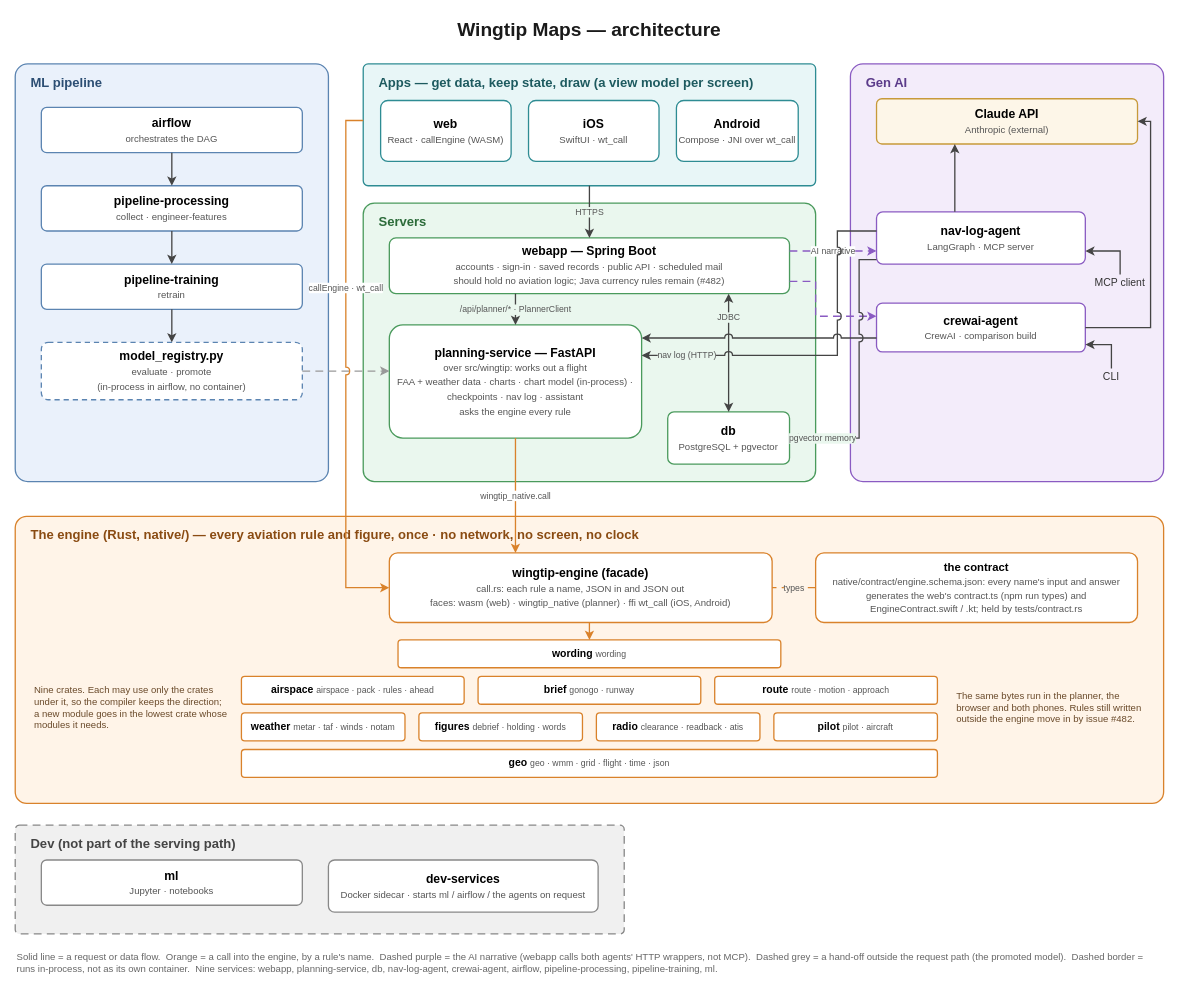
asdaq-samir/flight_plan keeps this draw.io diagram as docs/architecture-current.drawio. Above is the earlier version. Source tidied: cells renumbered, new cells numbered last; positions are measured from the earlier drawing's top-left corner, leaving out a move shared by most shapes. Both pictures are drawn from the tidied source at 87%, with x=0, y=0 at pixel (15, 15).
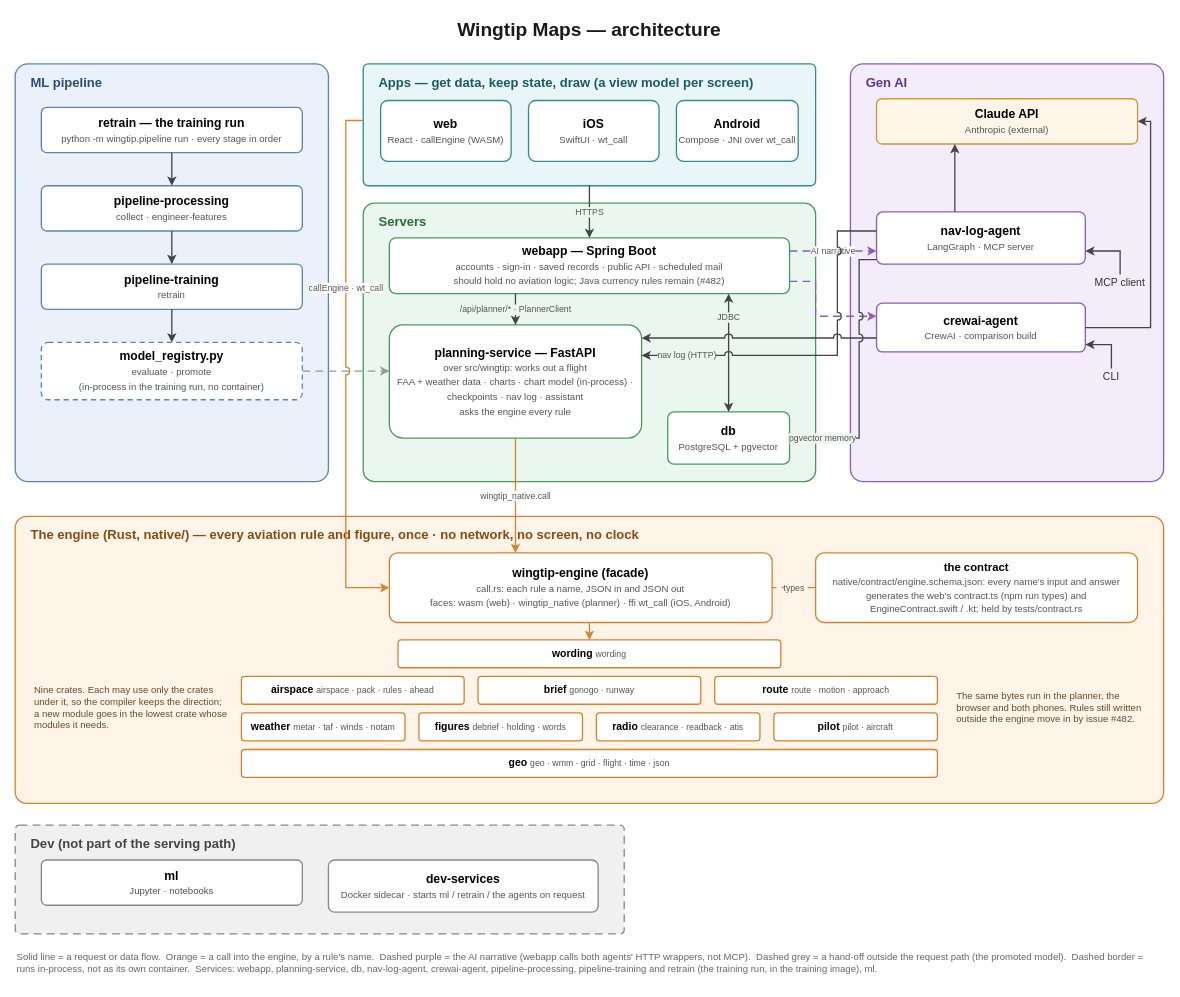
The same page after the edit.

Unchanged cells that the change refers to:
```xml
<mxCell id="10" value="&lt;b&gt;pipeline-processing&lt;/b&gt;&lt;br&gt;&lt;span style=&quot;font-size:11px;color:#555555;&quot;&gt;collect · engineer-features&lt;/span&gt;" style="rounded=1;arcSize=12;whiteSpace=wrap;html=1;fillColor=#FFFFFF;strokeColor=#5B84B1;strokeWidth=1.5;fontSize=14;" parent="1" vertex="1">
  <mxGeometry x="30" y="196" width="300" height="52" as="geometry" />
</mxCell>
```

Change to the diagram source:
```diff
@@
-    <mxCell id="9" value="&lt;b&gt;airflow&lt;/b&gt;&lt;br&gt;&lt;span style=&quot;font-size:11px;color:#555555;&quot;&gt;orchestrates the DAG&lt;/span&gt;" style="rounded=1;arcSize=12;whiteSpace=wrap;html=1;fillColor=#FFFFFF;strokeColor=#5B84B1;strokeWidth=1.5;fontSize=14;" parent="1" vertex="1">
-      <mxGeometry x="30" y="106" width="300" height="52" as="geometry" />
-    </mxCell>
+    <mxCell id="60" value="&lt;b&gt;retrain — the training run&lt;/b&gt;&lt;br&gt;&lt;span style=&quot;font-size:11px;color:#555555;&quot;&gt;python -m wingtip.pipeline run · every stage in order&lt;/span&gt;" style="rounded=1;arcSize=12;whiteSpace=wrap;html=1;fillColor=#FFFFFF;strokeColor=#5B84B1;strokeWidth=1.5;fontSize=14;" parent="1" vertex="1">
+      <mxGeometry x="30" y="106" width="300" height="52" as="geometry" />
+    </mxCell>
@@
-    <mxCell id="12" value="&lt;b&gt;model_registry.py&lt;/b&gt;&lt;br&gt;&lt;span style=&quot;font-size:11px;color:#555555;&quot;&gt;evaluate · promote&lt;/span&gt;&lt;br&gt;&lt;span style=&quot;font-size:11px;color:#555555;&quot;&gt;(in-process in airflow, no container)&lt;/span&gt;" style="rounded=1;arcSize=12;whiteSpace=wrap;html=1;fillColor=#FFFFFF;strokeColor=#5B84B1;strokeWidth=1.5;fontSize=14;dashed=1;dashPattern=4 3;" parent="1" vertex="1">
+    <mxCell id="12" value="&lt;b&gt;model_registry.py&lt;/b&gt;&lt;br&gt;&lt;span style=&quot;font-size:11px;color:#555555;&quot;&gt;evaluate · promote&lt;/span&gt;&lt;br&gt;&lt;span style=&quot;font-size:11px;color:#555555;&quot;&gt;(in-process in the training run, no container)&lt;/span&gt;" style="rounded=1;arcSize=12;whiteSpace=wrap;html=1;fillColor=#FFFFFF;strokeColor=#5B84B1;strokeWidth=1.5;fontSize=14;dashed=1;dashPattern=4 3;" parent="1" vertex="1">
       <mxGeometry x="30" y="376" width="300" height="66" as="geometry" />
     </mxCell>
@@
-    <mxCell id="38" value="&lt;b&gt;dev-services&lt;/b&gt;&lt;br&gt;&lt;span style=&quot;font-size:11px;color:#555555;&quot;&gt;Docker sidecar · starts ml / airflow / the agents on request&lt;/span&gt;" style="rounded=1;arcSize=12;whiteSpace=wrap;html=1;fillColor=#FFFFFF;strokeColor=#888888;strokeWidth=1.5;fontSize=14;" parent="1" vertex="1">
+    <mxCell id="38" value="&lt;b&gt;dev-services&lt;/b&gt;&lt;br&gt;&lt;span style=&quot;font-size:11px;color:#555555;&quot;&gt;Docker sidecar · starts ml / retrain / the agents on request&lt;/span&gt;" style="rounded=1;arcSize=12;whiteSpace=wrap;html=1;fillColor=#FFFFFF;strokeColor=#888888;strokeWidth=1.5;fontSize=14;" parent="1" vertex="1">
       <mxGeometry x="360" y="971" width="310" height="60" as="geometry" />
     </mxCell>
-    <mxCell id="39" style="edgeStyle=orthogonalEdgeStyle;rounded=0;html=1;jumpStyle=arc;jumpSize=8;strokeColor=#444444;strokeWidth=1.5;exitX=0.5000;exitY=1.0000;exitDx=0;exitDy=0;entryX=0.5000;entryY=0.0000;entryDx=0;entryDy=0;fontSize=10;fontColor=#555555;labelBackgroundColor=#FFFFFF;endArrow=classic;endFill=1;" parent="1" edge="1" source="9" target="10">
-      <mxGeometry relative="1" as="geometry" />
-    </mxCell>
+    <mxCell id="61" style="edgeStyle=orthogonalEdgeStyle;rounded=0;html=1;jumpStyle=arc;jumpSize=8;strokeColor=#444444;strokeWidth=1.5;exitX=0.5000;exitY=1.0000;exitDx=0;exitDy=0;entryX=0.5000;entryY=0.0000;entryDx=0;entryDy=0;fontSize=10;fontColor=#555555;labelBackgroundColor=#FFFFFF;endArrow=classic;endFill=1;" parent="1" edge="1" source="60" target="10">
+      <mxGeometry relative="1" as="geometry" />
+    </mxCell>
@@
-    <mxCell id="59" value="Solid line = a request or data flow.&amp;nbsp; Orange = a call into the engine, by a rule's name.&amp;nbsp; Dashed purple = the AI narrative (webapp calls both agents' HTTP wrappers, not MCP).&amp;nbsp; Dashed grey = a hand-off outside the request path (the promoted model).&amp;nbsp; Dashed border = runs in-process, not as its own container.&amp;nbsp; Nine services: webapp, planning-service, db, nav-log-agent, crewai-agent, airflow, pipeline-processing, pipeline-training, ml." style="text;html=1;whiteSpace=wrap;align=left;verticalAlign=middle;fontSize=11;fontColor=#666666;" parent="1" vertex="1">
+    <mxCell id="59" value="Solid line = a request or data flow.&amp;nbsp; Orange = a call into the engine, by a rule's name.&amp;nbsp; Dashed purple = the AI narrative (webapp calls both agents' HTTP wrappers, not MCP).&amp;nbsp; Dashed grey = a hand-off outside the request path (the promoted model).&amp;nbsp; Dashed border = runs in-process, not as its own container.&amp;nbsp; Services: webapp, planning-service, db, nav-log-agent, crewai-agent, pipeline-processing, pipeline-training and retrain (the training run, in the training image), ml." style="text;html=1;whiteSpace=wrap;align=left;verticalAlign=middle;fontSize=11;fontColor=#666666;" parent="1" vertex="1">
       <mxGeometry y="1066" width="1320" height="46" as="geometry" />
     </mxCell>
```
